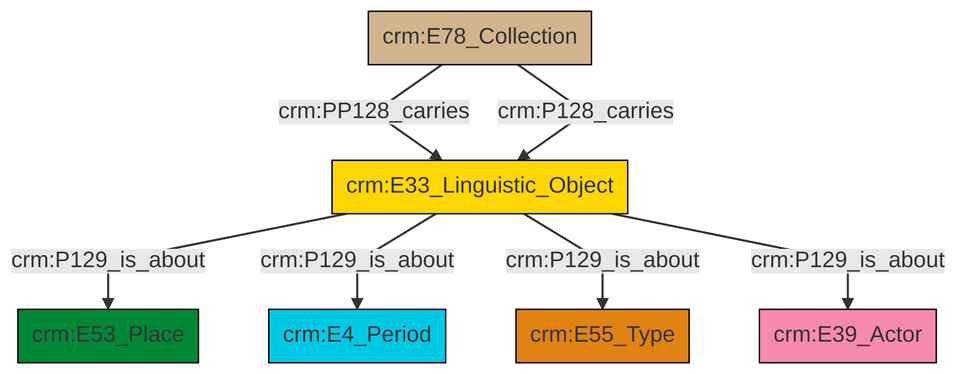
Earlier version of the Mermaid export et/archivalCSV/ttl/mmd/png/archival_aboutness.png (swiss-art-research-net/docs.swissartresearch). Its source is kept beside it as et/archivalCSV/ttl/mmd/archival_aboutness.ttl.mmd.
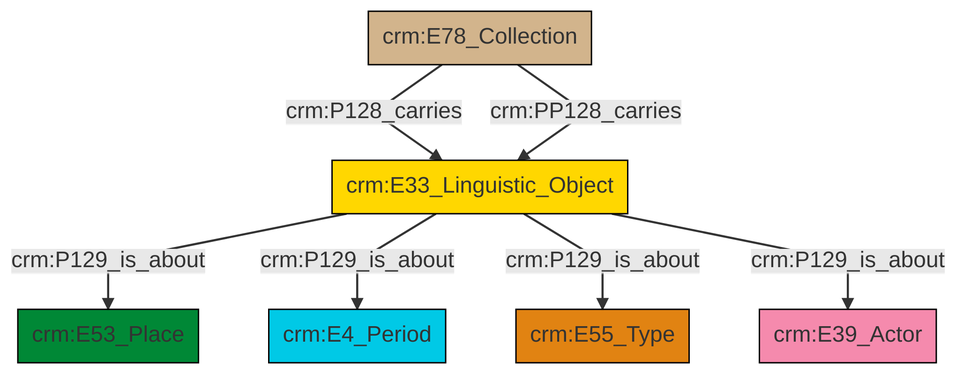
Later version of the same file.

What changed in the source:
```diff
@@ -14,8 +14,8 @@
 classDef Multi fill:#cccccc,stroke:#000000;
 
 0["crm:E33_Linguistic_Object"]:::Conceptual_Object -->|crm:P129_is_about| 1["crm:E53_Place"]:::Place
-2["crm:E78_Collection"]:::Physical_Thing -->|crm:PP128_carries| 0["crm:E33_Linguistic_Object"]:::Conceptual_Object
-2["crm:E78_Collection"]:::Physical_Thing -->|crm:P128_carries| 0["crm:E33_Linguistic_Object"]:::Conceptual_Object
-0["crm:E33_Linguistic_Object"]:::Conceptual_Object -->|crm:P129_is_about| 8["crm:E4_Period"]:::Temporal_Entity
-0["crm:E33_Linguistic_Object"]:::Conceptual_Object -->|crm:P129_is_about| 4["crm:E55_Type"]:::Type
-0["crm:E33_Linguistic_Object"]:::Conceptual_Object -->|crm:P129_is_about| 6["crm:E39_Actor"]:::Actor
+0["crm:E33_Linguistic_Object"]:::Conceptual_Object -->|crm:P129_is_about| 2["crm:E4_Period"]:::Temporal_Entity
+4["crm:E78_Collection"]:::Physical_Thing -->|crm:P128_carries| 0["crm:E33_Linguistic_Object"]:::Conceptual_Object
+4["crm:E78_Collection"]:::Physical_Thing -->|crm:PP128_carries| 0["crm:E33_Linguistic_Object"]:::Conceptual_Object
+0["crm:E33_Linguistic_Object"]:::Conceptual_Object -->|crm:P129_is_about| 5["crm:E55_Type"]:::Type
+0["crm:E33_Linguistic_Object"]:::Conceptual_Object -->|crm:P129_is_about| 9["crm:E39_Actor"]:::Actor
```
